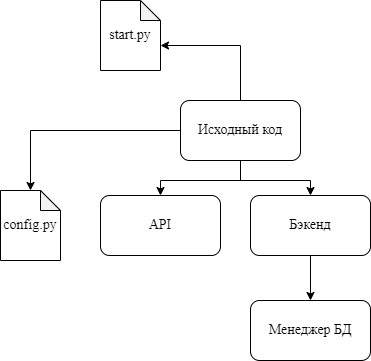
The draw.io diagram server/doc/source/images/src.drawio.png in abnormalize0/DailyTeleFrog, before a commit. Source tidied: cells renumbered, new cells last; positions are measured from the earlier drawing's top-left corner, leaving out a move shared by most shapes. Source of this version:
```xml
<mxGraphModel>
  <root>
    <mxCell id="0" />
    <mxCell id="1" parent="0" />
    <mxCell id="2" style="edgeStyle=orthogonalEdgeStyle;rounded=0;jettySize=auto;html=1;exitX=0.5;exitY=0;exitDx=0;exitDy=0;entryX=0;entryY=0;entryDx=60;entryDy=45;entryPerimeter=0;fontFamily=Times New Roman;fontSize=14;" parent="1" edge="1" source="6" target="7">
      <mxGeometry relative="1" as="geometry" />
    </mxCell>
    <mxCell id="3" style="edgeStyle=orthogonalEdgeStyle;rounded=0;jettySize=auto;html=1;exitX=0;exitY=0.5;exitDx=0;exitDy=0;fontFamily=Times New Roman;fontSize=14;" parent="1" edge="1" source="6" target="12">
      <mxGeometry relative="1" as="geometry" />
    </mxCell>
    <mxCell id="4" style="edgeStyle=orthogonalEdgeStyle;rounded=0;jettySize=auto;html=1;exitX=0.5;exitY=1;exitDx=0;exitDy=0;fontFamily=Times New Roman;fontSize=14;" parent="1" edge="1" source="6" target="8">
      <mxGeometry relative="1" as="geometry" />
    </mxCell>
    <mxCell id="5" style="edgeStyle=orthogonalEdgeStyle;rounded=0;jettySize=auto;html=1;exitX=0.5;exitY=1;exitDx=0;exitDy=0;entryX=0.5;entryY=0;entryDx=0;entryDy=0;fontFamily=Times New Roman;fontSize=14;" parent="1" edge="1" source="6" target="11">
      <mxGeometry relative="1" as="geometry" />
    </mxCell>
    <mxCell id="6" value="Исходный код" style="rounded=1;whiteSpace=wrap;html=1;fontFamily=Times New Roman;fontSize=14;" parent="1" vertex="1">
      <mxGeometry x="180" y="100" width="120" height="60" as="geometry" />
    </mxCell>
    <mxCell id="7" value="start.py" style="shape=note;whiteSpace=wrap;html=1;backgroundOutline=1;darkOpacity=0.05;fontFamily=Times New Roman;fontSize=14;size=20;" parent="1" vertex="1">
      <mxGeometry x="100" width="60" height="70" as="geometry" />
    </mxCell>
    <mxCell id="8" value="API" style="rounded=1;whiteSpace=wrap;html=1;fontFamily=Times New Roman;fontSize=14;" parent="1" vertex="1">
      <mxGeometry x="100" y="195" width="120" height="60" as="geometry" />
    </mxCell>
    <mxCell id="9" value="Менеджер БД" style="rounded=1;whiteSpace=wrap;html=1;fontFamily=Times New Roman;fontSize=14;" parent="1" vertex="1">
      <mxGeometry x="250" y="300" width="120" height="60" as="geometry" />
    </mxCell>
    <mxCell id="10" style="edgeStyle=orthogonalEdgeStyle;rounded=0;jettySize=auto;html=1;fontFamily=Times New Roman;fontSize=14;" parent="1" edge="1" source="11" target="9">
      <mxGeometry relative="1" as="geometry" />
    </mxCell>
    <mxCell id="11" value="Бэкенд" style="rounded=1;whiteSpace=wrap;html=1;fontFamily=Times New Roman;fontSize=14;" parent="1" vertex="1">
      <mxGeometry x="250" y="195" width="120" height="60" as="geometry" />
    </mxCell>
    <mxCell id="12" value="config.py" style="shape=note;whiteSpace=wrap;html=1;backgroundOutline=1;darkOpacity=0.05;fontFamily=Times New Roman;fontSize=14;size=20;" parent="1" vertex="1">
      <mxGeometry y="190" width="60" height="70" as="geometry" />
    </mxCell>
  </root>
</mxGraphModel>
```
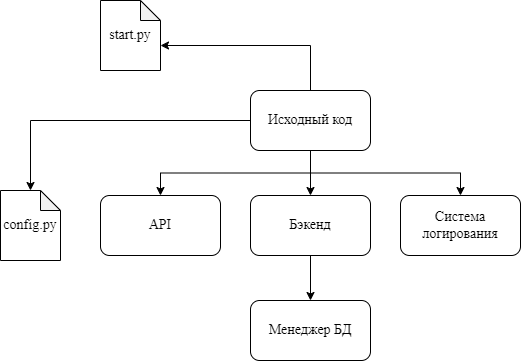
After the change.

Diff of the diagram source:
```diff
@@ -14,8 +14,11 @@
     <mxCell id="5" style="edgeStyle=orthogonalEdgeStyle;rounded=0;jettySize=auto;html=1;exitX=0.5;exitY=1;exitDx=0;exitDy=0;entryX=0.5;entryY=0;entryDx=0;entryDy=0;fontFamily=Times New Roman;fontSize=14;" parent="1" edge="1" source="6" target="11">
       <mxGeometry relative="1" as="geometry" />
     </mxCell>
+    <mxCell id="13" style="edgeStyle=orthogonalEdgeStyle;rounded=0;jettySize=auto;html=1;exitX=0.5;exitY=1;exitDx=0;exitDy=0;entryX=0.5;entryY=0;entryDx=0;entryDy=0;" parent="1" edge="1" source="6" target="14">
+      <mxGeometry relative="1" as="geometry" />
+    </mxCell>
     <mxCell id="6" value="Исходный код" style="rounded=1;whiteSpace=wrap;html=1;fontFamily=Times New Roman;fontSize=14;" parent="1" vertex="1">
-      <mxGeometry x="180" y="100" width="120" height="60" as="geometry" />
+      <mxGeometry x="250" y="90" width="120" height="60" as="geometry" />
     </mxCell>
     <mxCell id="7" value="start.py" style="shape=note;whiteSpace=wrap;html=1;backgroundOutline=1;darkOpacity=0.05;fontFamily=Times New Roman;fontSize=14;size=20;" parent="1" vertex="1">
       <mxGeometry x="100" width="60" height="70" as="geometry" />
@@ -35,5 +38,8 @@
     <mxCell id="12" value="config.py" style="shape=note;whiteSpace=wrap;html=1;backgroundOutline=1;darkOpacity=0.05;fontFamily=Times New Roman;fontSize=14;size=20;" parent="1" vertex="1">
       <mxGeometry y="190" width="60" height="70" as="geometry" />
     </mxCell>
+    <mxCell id="14" value="Система логирования" style="rounded=1;whiteSpace=wrap;html=1;fontFamily=Times New Roman;fontSize=14;" parent="1" vertex="1">
+      <mxGeometry x="400" y="195" width="120" height="60" as="geometry" />
+    </mxCell>
   </root>
 </mxGraphModel>
```
